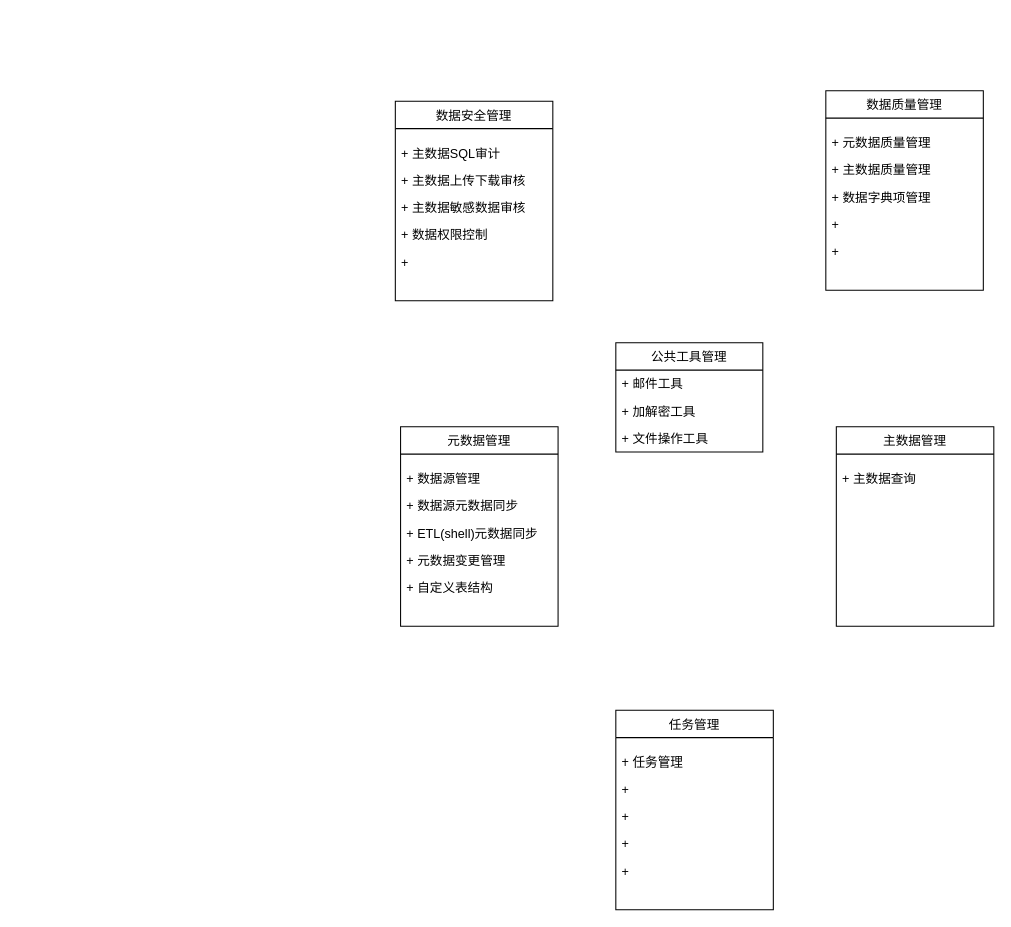
jingmian/design-repo keeps this draw.io diagram as 数据管理系统模块图.drawio. Above is the earlier version. Source tidied: cells renumbered, new cells numbered last; positions are measured from the earlier drawing's top-left corner, leaving out a move shared by most shapes. Both pictures are drawn from the tidied source at 105%, with x=0, y=0 at pixel (395, 90).
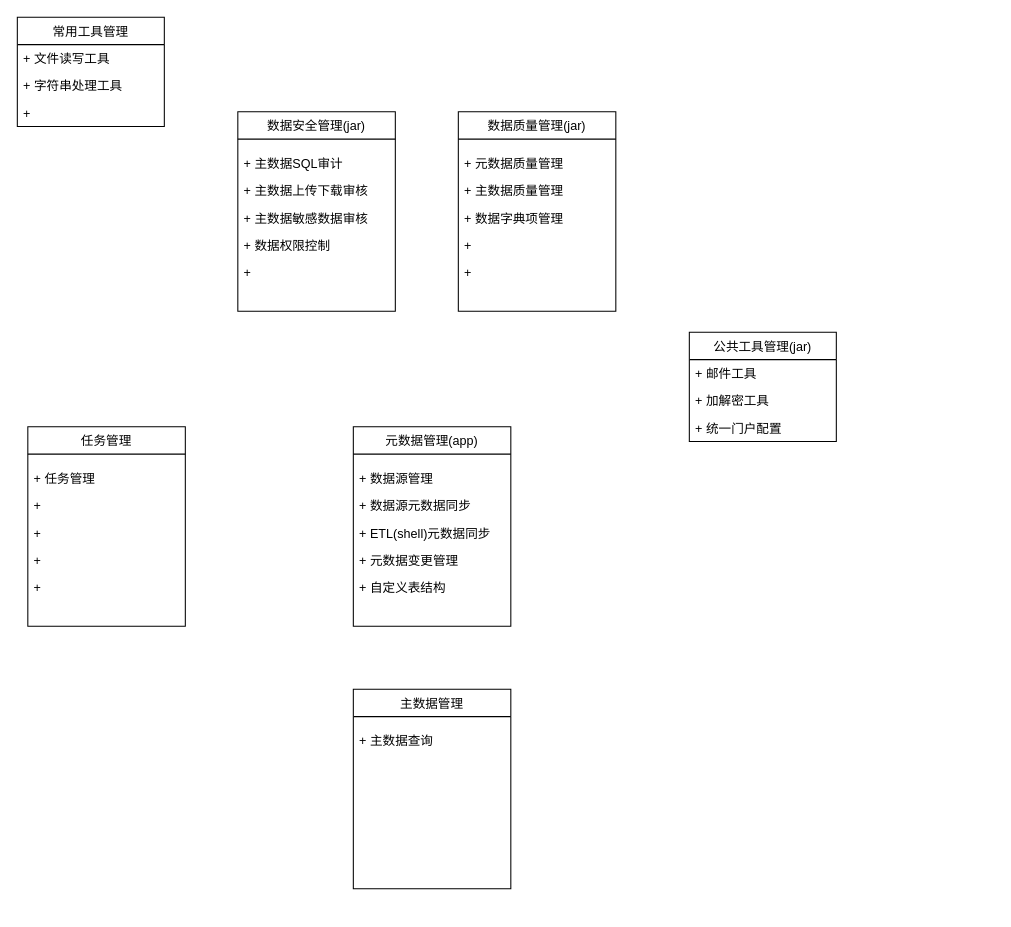
Above is the later version.

Commit message:
更新数据管理系统模块图.drawio

The edit, as a diff of the source:
```diff
@@
-    <mxCell id="2" value="公共工具管理" style="swimlane;fontStyle=0;horizontal=1;startSize=26;fillColor=none;" parent="1" vertex="1">
-      <mxGeometry x="210" y="240" width="140" height="104" as="geometry" />
+    <mxCell id="2" value="公共工具管理(jar)" style="swimlane;fontStyle=0;horizontal=1;startSize=26;fillColor=none;" parent="1" vertex="1">
+      <mxGeometry x="280" y="230" width="140" height="104" as="geometry" />
     </mxCell>
@@
-    <mxCell id="5" value="+ 文件操作工具" style="text;strokeColor=none;fillColor=none;align=left;verticalAlign=top;spacingLeft=4;spacingRight=4;overflow=hidden;" parent="2" vertex="1">
+    <mxCell id="5" value="+ 统一门户配置" style="text;strokeColor=none;fillColor=none;align=left;verticalAlign=top;spacingLeft=4;spacingRight=4;overflow=hidden;" parent="2" vertex="1">
       <mxGeometry y="78" width="140" height="26" as="geometry" />
     </mxCell>
     <mxCell id="6" style="group;" parent="1" vertex="1">
-      <mxGeometry x="5" y="320" width="150" height="190" as="geometry" />
+      <mxGeometry x="-40" y="320" width="150" height="190" as="geometry" />
     </mxCell>
-    <mxCell id="7" value="元数据管理" style="swimlane;fontStyle=0;horizontal=1;startSize=26;fillColor=none;" parent="6" vertex="1">
+    <mxCell id="7" value="元数据管理(app)" style="swimlane;fontStyle=0;horizontal=1;startSize=26;fillColor=none;" parent="6" vertex="1">
       <mxGeometry width="150" height="190" as="geometry" />
     </mxCell>
@@
     <mxCell id="13" style="group;" parent="1" vertex="1">
-      <mxGeometry x="420" y="320" width="150" height="190" as="geometry" />
+      <mxGeometry x="-40" y="570" width="150" height="190" as="geometry" />
     </mxCell>
@@
     <mxCell id="16" style="group;" parent="1" vertex="1">
-      <mxGeometry y="10" width="150" height="190" as="geometry" />
+      <mxGeometry x="-150" y="20" width="150" height="190" as="geometry" />
     </mxCell>
-    <mxCell id="17" value="数据安全管理" style="swimlane;fontStyle=0;horizontal=1;startSize=26;fillColor=none;" parent="16" vertex="1">
+    <mxCell id="17" value="数据安全管理(jar)" style="swimlane;fontStyle=0;horizontal=1;startSize=26;fillColor=none;" parent="16" vertex="1">
       <mxGeometry width="150" height="190" as="geometry" />
     </mxCell>
@@
     <mxCell id="23" style="group;" parent="1" vertex="1">
-      <mxGeometry x="410" width="150" height="190" as="geometry" />
+      <mxGeometry x="60" y="20" width="150" height="190" as="geometry" />
     </mxCell>
-    <mxCell id="24" value="数据质量管理" style="swimlane;fontStyle=0;horizontal=1;startSize=26;fillColor=none;" parent="23" vertex="1">
+    <mxCell id="24" value="数据质量管理(jar)" style="swimlane;fontStyle=0;horizontal=1;startSize=26;fillColor=none;" parent="23" vertex="1">
       <mxGeometry width="150" height="190" as="geometry" />
     </mxCell>
@@
     <mxCell id="30" style="group;" parent="1" vertex="1">
-      <mxGeometry x="210" y="590" width="150" height="190" as="geometry" />
+      <mxGeometry x="-350" y="320" width="150" height="190" as="geometry" />
     </mxCell>
@@
+    <mxCell id="37" value="常用工具管理" style="swimlane;fontStyle=0;horizontal=1;startSize=26;fillColor=none;" parent="1" vertex="1">
+      <mxGeometry x="-360" y="-70" width="140" height="104" as="geometry" />
+    </mxCell>
+    <mxCell id="38" value="+ 文件读写工具" style="text;strokeColor=none;fillColor=none;align=left;verticalAlign=top;spacingLeft=4;spacingRight=4;overflow=hidden;" parent="37" vertex="1">
+      <mxGeometry y="26" width="140" height="26" as="geometry" />
+    </mxCell>
+    <mxCell id="39" value="+ 字符串处理工具" style="text;strokeColor=none;fillColor=none;align=left;verticalAlign=top;spacingLeft=4;spacingRight=4;overflow=hidden;" parent="37" vertex="1">
+      <mxGeometry y="52" width="140" height="26" as="geometry" />
+    </mxCell>
+    <mxCell id="40" value="+ " style="text;strokeColor=none;fillColor=none;align=left;verticalAlign=top;spacingLeft=4;spacingRight=4;overflow=hidden;" parent="37" vertex="1">
+      <mxGeometry y="78" width="140" height="26" as="geometry" />
+    </mxCell>
```
